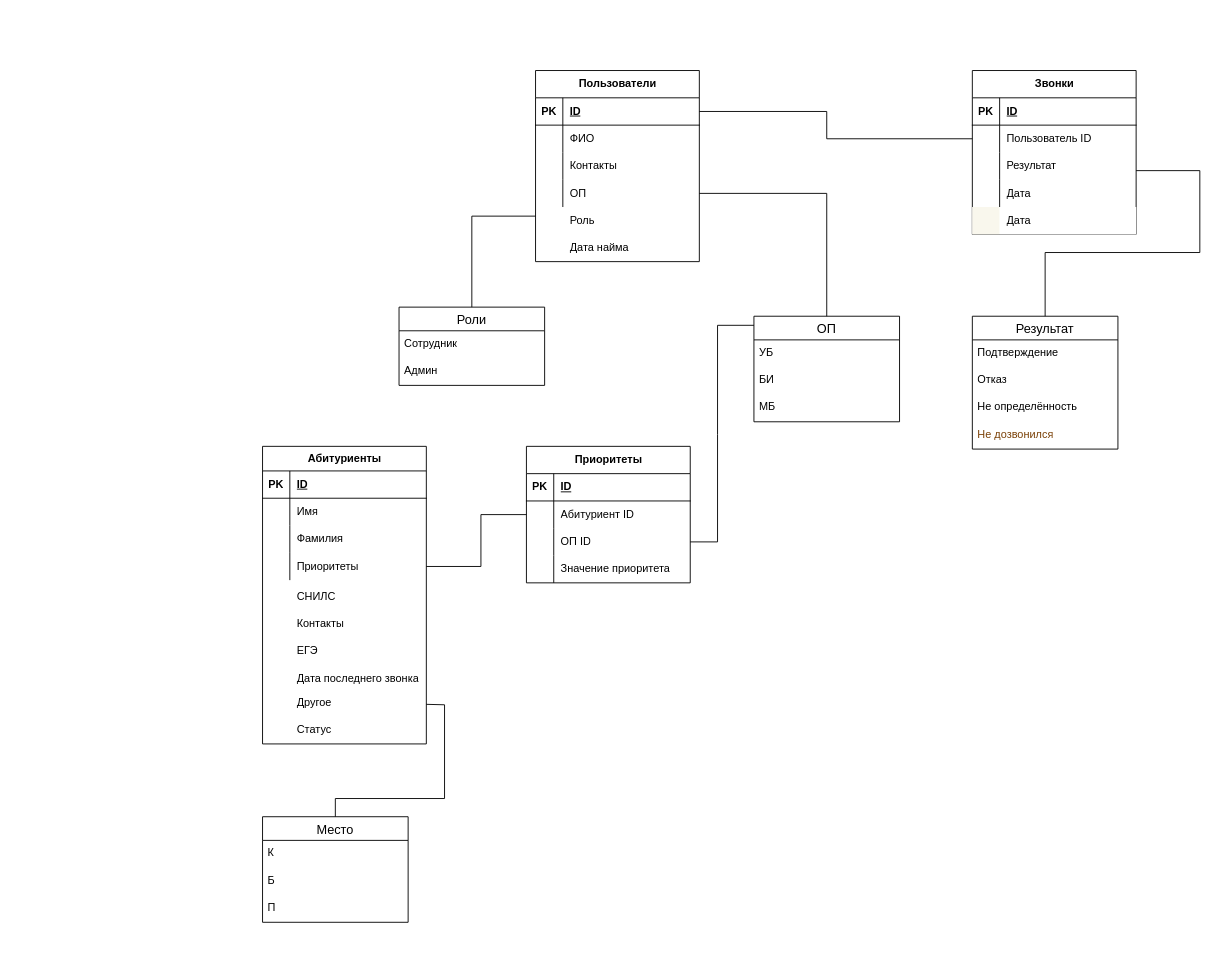
This is БД ИАД.drawio from DmitriyShalashov/Diagrams, a draw.io file, before an edit. Source tidied: cells renumbered, new cells numbered last; positions are measured from the earlier drawing's top-left corner, leaving out a move shared by most shapes. Both pictures are drawn from the tidied source at 91%, with x=0, y=0 at pixel (262, 70).
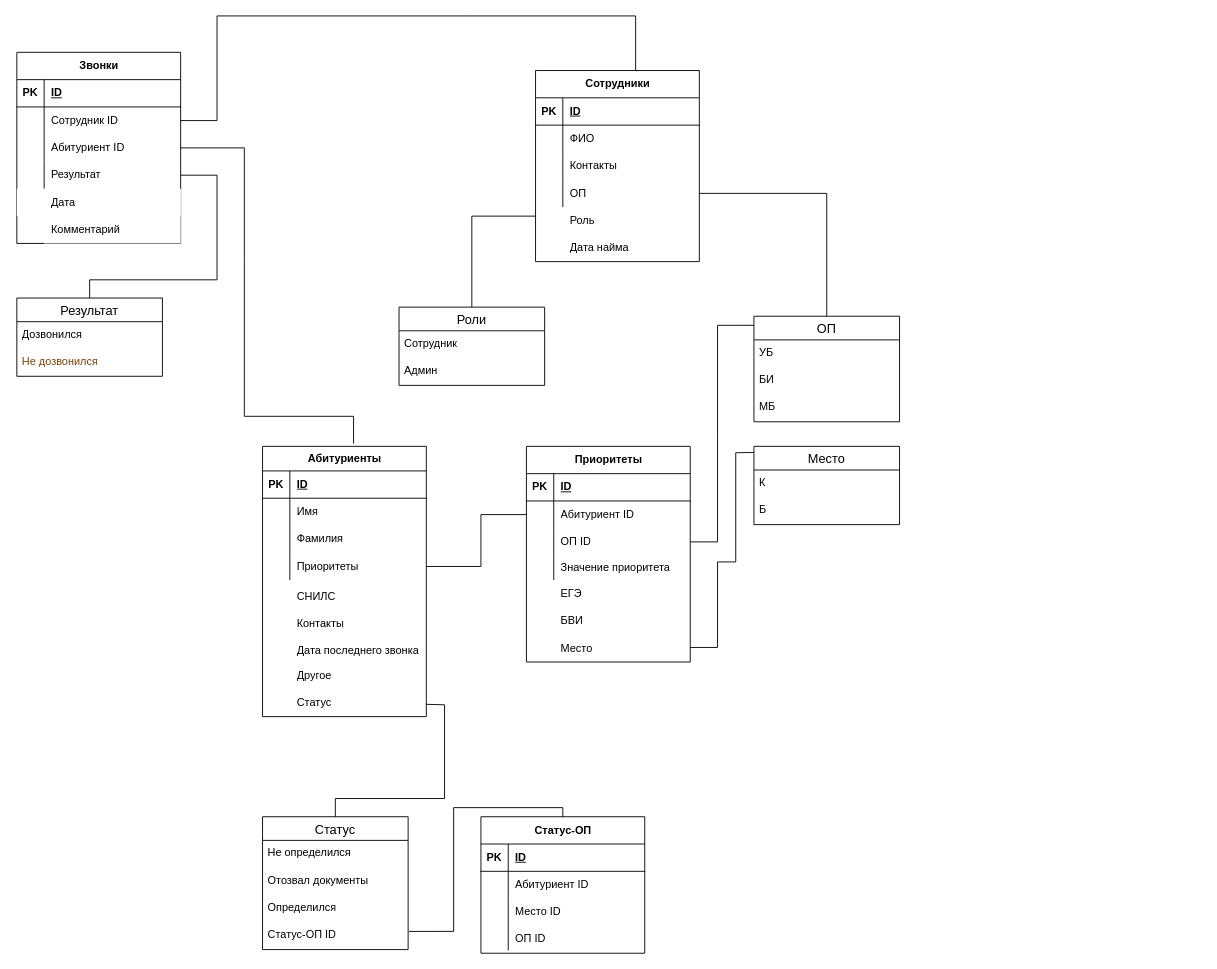
Above is the later version.

Unchanged cells that the change refers to:
```xml
<mxCell id="58" style="shape=tableRow;horizontal=0;startSize=0;swimlaneHead=0;swimlaneBody=0;fillColor=none;points=[[0,0.5],[1,0.5]];portConstraint=eastwest;top=0;left=0;right=0;bottom=0;" parent="54" vertex="1">
  <mxGeometry y="60" width="180" height="30" as="geometry" />
</mxCell>
<mxCell id="61" style="shape=tableRow;horizontal=0;startSize=0;swimlaneHead=0;swimlaneBody=0;fillColor=none;points=[[0,0.5],[1,0.5]];portConstraint=eastwest;top=0;left=0;right=0;bottom=0;" parent="54" vertex="1">
  <mxGeometry y="90" width="180" height="30" as="geometry" />
</mxCell>
<mxCell id="64" style="shape=tableRow;horizontal=0;startSize=0;swimlaneHead=0;swimlaneBody=0;fillColor=none;points=[[0,0.5],[1,0.5]];portConstraint=eastwest;top=0;left=0;right=0;bottom=0;" parent="54" vertex="1">
  <mxGeometry y="120" width="180" height="30" as="geometry" />
</mxCell>
```

Diff of the diagram source:
```diff
@@
     <mxCell id="2" value="Абитуриенты" style="shape=table;startSize=27;childLayout=tableLayout;rowLines=0;fontStyle=1;align=center;html=1;" parent="1" vertex="1">
-      <mxGeometry y="413" width="180" height="327" as="geometry" />
+      <mxGeometry y="413" width="180" height="297" as="geometry" />
     </mxCell>
@@
     <mxCell id="19" value="Приоритеты" style="shape=table;startSize=30;childLayout=tableLayout;rowLines=0;fontStyle=1;align=center;html=1;" parent="1" vertex="1">
-      <mxGeometry x="290" y="413" width="180" height="150" as="geometry" />
+      <mxGeometry x="290" y="413" width="180" height="237" as="geometry" />
     </mxCell>
@@
     <mxCell id="29" style="shape=tableRow;horizontal=0;startSize=0;swimlaneHead=0;swimlaneBody=0;fillColor=none;top=0;left=0;right=0;bottom=0;" parent="19" vertex="1">
-      <mxGeometry y="120" width="180" height="30" as="geometry" />
+      <mxGeometry y="120" width="180" height="27" as="geometry" />
     </mxCell>
     <mxCell id="30" style="shape=partialRectangle;fillColor=none;top=0;left=0;bottom=0;right=0;overflow=hidden;whiteSpace=wrap;html=1;" parent="29" vertex="1">
-      <mxGeometry width="30" height="30" as="geometry" />
+      <mxGeometry width="30" height="27" as="geometry" />
     </mxCell>
     <mxCell id="31" value="Значение приоритета" style="shape=partialRectangle;fillColor=none;top=0;left=0;bottom=0;right=0;align=left;spacingLeft=6;overflow=hidden;whiteSpace=wrap;html=1;" parent="29" vertex="1">
-      <mxGeometry x="30" width="150" height="30" as="geometry" />
+      <mxGeometry x="30" width="150" height="27" as="geometry" />
     </mxCell>
@@
     <mxCell id="36" value="ЕГЭ" style="shape=partialRectangle;fillColor=none;top=0;left=0;bottom=0;right=0;align=left;spacingLeft=6;overflow=hidden;whiteSpace=wrap;html=1;strokeColor=default;" parent="1" vertex="1">
-      <mxGeometry x="30" y="623" width="150" height="30" as="geometry" />
+      <mxGeometry x="320" y="560" width="150" height="30" as="geometry" />
     </mxCell>
     <mxCell id="37" value="Дата последнего звонка" style="shape=partialRectangle;fillColor=none;top=0;left=0;bottom=0;right=0;align=left;spacingLeft=6;overflow=hidden;whiteSpace=wrap;html=1;strokeColor=default;" parent="1" vertex="1">
-      <mxGeometry x="30" y="653" width="150" height="30" as="geometry" />
+      <mxGeometry x="30" y="623" width="150" height="30" as="geometry" />
     </mxCell>
@@
-    <mxCell id="41" value="Пользователи" style="shape=table;startSize=30;childLayout=tableLayout;rowLines=0;fontStyle=1;align=center;html=1;" parent="1" vertex="1">
+    <mxCell id="41" value="Сотрудники" style="shape=table;startSize=30;childLayout=tableLayout;rowLines=0;fontStyle=1;align=center;html=1;" parent="1" vertex="1">
       <mxGeometry x="300" width="180" height="210" as="geometry" />
     </mxCell>
@@
     <mxCell id="54" value="Звонки" style="shape=table;startSize=30;childLayout=tableLayout;rowLines=0;fontStyle=1;align=center;html=1;" parent="1" vertex="1">
-      <mxGeometry x="780" width="180" height="180" as="geometry" />
+      <mxGeometry x="-270" y="-20" width="180" height="210" as="geometry" />
     </mxCell>
@@
-    <mxCell id="60" value="Пользователь ID" style="shape=partialRectangle;fillColor=none;top=0;left=0;bottom=0;right=0;align=left;spacingLeft=6;overflow=hidden;whiteSpace=wrap;html=1;" parent="58" vertex="1">
+    <mxCell id="60" value="Сотрудник ID" style="shape=partialRectangle;fillColor=none;top=0;left=0;bottom=0;right=0;align=left;spacingLeft=6;overflow=hidden;whiteSpace=wrap;html=1;" parent="58" vertex="1">
       <mxGeometry x="30" width="150" height="30" as="geometry" />
     </mxCell>
@@
-    <mxCell id="63" value="Результат" style="shape=partialRectangle;fillColor=none;top=0;left=0;bottom=0;right=0;align=left;spacingLeft=6;overflow=hidden;whiteSpace=wrap;html=1;" parent="61" vertex="1">
+    <mxCell id="63" value="Абитуриент ID" style="shape=partialRectangle;fillColor=none;top=0;left=0;bottom=0;right=0;align=left;spacingLeft=6;overflow=hidden;whiteSpace=wrap;html=1;" parent="61" vertex="1">
       <mxGeometry x="30" width="150" height="30" as="geometry" />
     </mxCell>
@@
-    <mxCell id="66" value="Дата" style="shape=partialRectangle;fillColor=none;top=0;left=0;bottom=0;right=0;align=left;spacingLeft=6;overflow=hidden;whiteSpace=wrap;html=1;" parent="64" vertex="1">
+    <mxCell id="66" value="Результат" style="shape=partialRectangle;fillColor=none;top=0;left=0;bottom=0;right=0;align=left;spacingLeft=6;overflow=hidden;whiteSpace=wrap;html=1;" parent="64" vertex="1">
       <mxGeometry x="30" width="150" height="30" as="geometry" />
     </mxCell>
@@
     <mxCell id="71" value="Результат" style="swimlane;fontStyle=0;horizontal=1;startSize=26;align=center;fontSize=14;" parent="1" vertex="1">
-      <mxGeometry x="780" y="270" width="160" height="146" as="geometry" />
+      <mxGeometry x="-270" y="250" width="160" height="86" as="geometry" />
     </mxCell>
-    <mxCell id="72" value="Подтверждение&amp;nbsp;" style="text;strokeColor=none;fillColor=none;spacingLeft=4;spacingRight=4;overflow=hidden;fontSize=12;whiteSpace=wrap;html=1;" parent="71" vertex="1">
+    <mxCell id="72" value="Дозвонился" style="text;strokeColor=none;fillColor=none;spacingLeft=4;spacingRight=4;overflow=hidden;fontSize=12;whiteSpace=wrap;html=1;" parent="71" vertex="1">
       <mxGeometry y="26" width="160" height="30" as="geometry" />
     </mxCell>
-    <mxCell id="73" value="Отказ" style="text;strokeColor=none;fillColor=none;spacingLeft=4;spacingRight=4;overflow=hidden;fontSize=12;whiteSpace=wrap;html=1;" parent="71" vertex="1">
-      <mxGeometry y="56" width="160" height="30" as="geometry" />
-    </mxCell>
-    <mxCell id="74" value="Не определённость" style="text;strokeColor=none;fillColor=none;spacingLeft=4;spacingRight=4;overflow=hidden;fontSize=12;whiteSpace=wrap;html=1;" parent="71" vertex="1">
-      <mxGeometry y="86" width="160" height="30" as="geometry" />
-    </mxCell>
     <mxCell id="75" value="&lt;font color=&quot;#7a4006&quot;&gt;Не дозвонился&lt;/font&gt;" style="text;strokeColor=none;fillColor=none;spacingLeft=4;spacingRight=4;overflow=hidden;fontSize=12;whiteSpace=wrap;html=1;" parent="71" vertex="1">
-      <mxGeometry y="116" width="160" height="30" as="geometry" />
+      <mxGeometry y="56" width="160" height="30" as="geometry" />
     </mxCell>
-    <mxCell id="76" style="endArrow=none;html=1;rounded=0;entryX=0.5;entryY=0;entryDx=0;entryDy=0;exitX=1;exitY=0.5;exitDx=0;exitDy=0;" parent="1" edge="1" target="71">
+    <mxCell id="76" style="endArrow=none;html=1;rounded=0;entryX=0.5;entryY=0;entryDx=0;entryDy=0;exitX=1;exitY=0.5;exitDx=0;exitDy=0;" parent="1" edge="1" source="64" target="71">
       <mxGeometry relative="1" as="geometry">
-        <mxPoint x="960" y="110" as="sourcePoint" />
         <Array as="points">
-          <mxPoint x="1030" y="110" />
-          <mxPoint x="1030" y="200" />
-          <mxPoint x="860" y="200" />
+          <mxPoint x="-50" y="115" />
+          <mxPoint x="-50" y="230" />
+          <mxPoint x="-190" y="230" />
         </Array>
       </mxGeometry>
     </mxCell>
-    <mxCell id="77" style="endArrow=none;html=1;rounded=0;entryX=0;entryY=0.5;entryDx=0;entryDy=0;exitX=1;exitY=0.5;exitDx=0;exitDy=0;" parent="1" edge="1" target="58">
+    <mxCell id="77" style="endArrow=none;html=1;rounded=0;exitX=0.622;exitY=0.001;exitDx=0;exitDy=0;entryX=1;entryY=0.5;entryDx=0;entryDy=0;exitPerimeter=0;" parent="1" edge="1" source="41" target="58">
       <mxGeometry relative="1" as="geometry">
-        <mxPoint x="480" y="45" as="sourcePoint" />
         <Array as="points">
-          <mxPoint x="620" y="45" />
-          <mxPoint x="620" y="75" />
+          <mxPoint x="410" />
+          <mxPoint x="410" y="-60" />
+          <mxPoint x="230" y="-60" />
+          <mxPoint x="-50" y="-60" />
+          <mxPoint x="-50" y="55" />
         </Array>
       </mxGeometry>
     </mxCell>
-    <mxCell id="78" value="Место" style="swimlane;fontStyle=0;horizontal=1;startSize=26;align=center;fontSize=14;" parent="1" vertex="1">
-      <mxGeometry y="820" width="160" height="116" as="geometry" />
+    <mxCell id="78" value="Статус" style="swimlane;fontStyle=0;horizontal=1;startSize=26;align=center;fontSize=14;" parent="1" vertex="1">
+      <mxGeometry y="820" width="160" height="146" as="geometry" />
     </mxCell>
-    <mxCell id="79" value="К" style="text;strokeColor=none;fillColor=none;spacingLeft=4;spacingRight=4;overflow=hidden;fontSize=12;whiteSpace=wrap;html=1;" parent="78" vertex="1">
+    <mxCell id="79" value="Не определился&amp;nbsp;" style="text;strokeColor=none;fillColor=none;spacingLeft=4;spacingRight=4;overflow=hidden;fontSize=12;whiteSpace=wrap;html=1;" parent="78" vertex="1">
       <mxGeometry y="26" width="160" height="30" as="geometry" />
     </mxCell>
-    <mxCell id="80" value="Б" style="text;strokeColor=none;fillColor=none;spacingLeft=4;spacingRight=4;overflow=hidden;fontSize=12;whiteSpace=wrap;html=1;" parent="78" vertex="1">
+    <mxCell id="80" value="Отозвал документы" style="text;strokeColor=none;fillColor=none;spacingLeft=4;spacingRight=4;overflow=hidden;fontSize=12;whiteSpace=wrap;html=1;" parent="78" vertex="1">
       <mxGeometry y="56" width="160" height="30" as="geometry" />
     </mxCell>
-    <mxCell id="81" value="П" style="text;strokeColor=none;fillColor=none;spacingLeft=4;spacingRight=4;overflow=hidden;fontSize=12;whiteSpace=wrap;html=1;" parent="78" vertex="1">
-      <mxGeometry y="86" width="160" height="30" as="geometry" />
-    </mxCell>
+    <mxCell id="89" value="Определился" style="text;strokeColor=none;fillColor=none;spacingLeft=4;spacingRight=4;overflow=hidden;fontSize=12;whiteSpace=wrap;html=1;" parent="78" vertex="1">
+      <mxGeometry y="86" width="160" height="30" as="geometry" />
+    </mxCell>
+    <mxCell id="90" value="Статус-ОП ID" style="text;strokeColor=none;fillColor=none;spacingLeft=4;spacingRight=4;overflow=hidden;points=[[0,0.5],[1,0.5]];portConstraint=eastwest;fontSize=12;whiteSpace=wrap;html=1;" parent="78" vertex="1">
+      <mxGeometry y="116" width="160" height="30" as="geometry" />
+    </mxCell>
     <mxCell id="82" value="Другое" style="shape=partialRectangle;fillColor=none;top=0;left=0;bottom=0;right=0;align=left;spacingLeft=6;overflow=hidden;whiteSpace=wrap;html=1;strokeColor=default;" parent="1" vertex="1">
-      <mxGeometry x="30" y="680" width="150" height="30" as="geometry" />
+      <mxGeometry x="30" y="650" width="150" height="30" as="geometry" />
     </mxCell>
     <mxCell id="83" style="shape=tableRow;horizontal=0;startSize=0;swimlaneHead=0;swimlaneBody=0;top=0;left=0;right=0;bottom=0;strokeWidth=2;swimlaneFillColor=none;" parent="1" vertex="1">
-      <mxGeometry x="780" y="150" width="180" height="30" as="geometry" />
+      <mxGeometry x="-270" y="130" width="180" height="30" as="geometry" />
     </mxCell>
-    <mxCell id="84" style="shape=partialRectangle;top=0;left=0;bottom=0;right=0;overflow=hidden;whiteSpace=wrap;html=1;fillColor=#f9f7ed;perimeterSpacing=9;strokeWidth=5;strokeColor=#36393d;" parent="83" vertex="1">
-      <mxGeometry width="30" height="30" as="geometry" />
-    </mxCell>
     <mxCell id="85" value="Дата" style="shape=partialRectangle;top=0;left=0;bottom=0;right=0;align=left;spacingLeft=6;overflow=hidden;whiteSpace=wrap;html=1;strokeWidth=2;" parent="1" vertex="1">
-      <mxGeometry x="810" y="150" width="150" height="30" as="geometry" />
+      <mxGeometry x="-240" y="130" width="150" height="30" as="geometry" />
     </mxCell>
@@
     <mxCell id="87" value="Статус" style="shape=partialRectangle;fillColor=none;top=0;left=0;bottom=0;right=0;align=left;spacingLeft=6;overflow=hidden;whiteSpace=wrap;html=1;strokeColor=default;" parent="1" vertex="1">
-      <mxGeometry x="30" y="710" width="150" height="30" as="geometry" />
+      <mxGeometry x="30" y="680" width="150" height="30" as="geometry" />
     </mxCell>
@@
+    <mxCell id="91" value="БВИ" style="shape=partialRectangle;fillColor=none;top=0;left=0;bottom=0;right=0;align=left;spacingLeft=6;overflow=hidden;whiteSpace=wrap;html=1;strokeColor=default;" parent="1" vertex="1">
+      <mxGeometry x="320" y="590" width="150" height="30" as="geometry" />
+    </mxCell>
+    <mxCell id="92" style="endArrow=none;html=1;rounded=0;exitX=1;exitY=0.5;exitDx=0;exitDy=0;" parent="1" edge="1" source="61">
+      <mxGeometry relative="1" as="geometry">
+        <mxPoint x="100" y="410" as="targetPoint" />
+        <Array as="points">
+          <mxPoint x="-20" y="85" />
+          <mxPoint x="-20" y="207.5" />
+          <mxPoint x="-20" y="380" />
+          <mxPoint x="100" y="380" />
+        </Array>
+      </mxGeometry>
+    </mxCell>
+    <mxCell id="93" value="Место" style="shape=partialRectangle;fillColor=none;top=0;left=0;bottom=0;right=0;align=left;spacingLeft=6;overflow=hidden;whiteSpace=wrap;html=1;strokeColor=default;" parent="1" vertex="1">
+      <mxGeometry x="320" y="620" width="150" height="30" as="geometry" />
+    </mxCell>
+    <mxCell id="94" value="Место" style="swimlane;fontStyle=0;horizontal=1;startSize=26;align=center;fontSize=14;" parent="1" vertex="1">
+      <mxGeometry x="540" y="413" width="160" height="86" as="geometry" />
+    </mxCell>
+    <mxCell id="95" value="К" style="text;strokeColor=none;fillColor=none;spacingLeft=4;spacingRight=4;overflow=hidden;fontSize=12;whiteSpace=wrap;html=1;" parent="94" vertex="1">
+      <mxGeometry y="26" width="160" height="30" as="geometry" />
+    </mxCell>
+    <mxCell id="96" value="Б" style="text;strokeColor=none;fillColor=none;spacingLeft=4;spacingRight=4;overflow=hidden;fontSize=12;whiteSpace=wrap;html=1;" parent="94" vertex="1">
+      <mxGeometry y="56" width="160" height="30" as="geometry" />
+    </mxCell>
+    <mxCell id="97" style="endArrow=none;html=1;rounded=0;exitX=1;exitY=0.5;exitDx=0;exitDy=0;entryX=0;entryY=0.078;entryDx=0;entryDy=0;entryPerimeter=0;" parent="1" edge="1" target="94">
+      <mxGeometry relative="1" as="geometry">
+        <mxPoint x="470" y="634" as="sourcePoint" />
+        <Array as="points">
+          <mxPoint x="500" y="634" />
+          <mxPoint x="500" y="540" />
+          <mxPoint x="520" y="540" />
+          <mxPoint x="520" y="420" />
+        </Array>
+      </mxGeometry>
+    </mxCell>
+    <mxCell id="98" value="Статус-ОП" style="shape=table;startSize=30;childLayout=tableLayout;rowLines=0;fontStyle=1;align=center;html=1;" parent="1" vertex="1">
+      <mxGeometry x="240" y="820" width="180" height="150" as="geometry" />
+    </mxCell>
+    <mxCell id="99" style="shape=tableRow;horizontal=0;startSize=0;swimlaneHead=0;swimlaneBody=0;fillColor=none;top=0;left=0;right=0;bottom=1;" parent="98" vertex="1">
+      <mxGeometry y="30" width="180" height="30" as="geometry" />
+    </mxCell>
+    <mxCell id="100" value="PK" style="shape=partialRectangle;fillColor=none;top=0;left=0;bottom=0;right=0;fontStyle=1;overflow=hidden;whiteSpace=wrap;html=1;" parent="99" vertex="1">
+      <mxGeometry width="30" height="30" as="geometry" />
+    </mxCell>
+    <mxCell id="101" value="ID" style="shape=partialRectangle;fillColor=none;top=0;left=0;bottom=0;right=0;align=left;spacingLeft=6;fontStyle=5;overflow=hidden;whiteSpace=wrap;html=1;" parent="99" vertex="1">
+      <mxGeometry x="30" width="150" height="30" as="geometry" />
+    </mxCell>
+    <mxCell id="102" style="shape=tableRow;horizontal=0;startSize=0;swimlaneHead=0;swimlaneBody=0;fillColor=none;top=0;left=0;right=0;bottom=0;" parent="98" vertex="1">
+      <mxGeometry y="60" width="180" height="30" as="geometry" />
+    </mxCell>
+    <mxCell id="103" style="shape=partialRectangle;fillColor=none;top=0;left=0;bottom=0;right=0;overflow=hidden;whiteSpace=wrap;html=1;" parent="102" vertex="1">
+      <mxGeometry width="30" height="30" as="geometry" />
+    </mxCell>
+    <mxCell id="104" value="Абитуриент ID" style="shape=partialRectangle;fillColor=none;top=0;left=0;bottom=0;right=0;align=left;spacingLeft=6;overflow=hidden;whiteSpace=wrap;html=1;" parent="102" vertex="1">
+      <mxGeometry x="30" width="150" height="30" as="geometry" />
+    </mxCell>
+    <mxCell id="105" style="shape=tableRow;horizontal=0;startSize=0;swimlaneHead=0;swimlaneBody=0;fillColor=none;top=0;left=0;right=0;bottom=0;" parent="98" vertex="1">
+      <mxGeometry y="90" width="180" height="30" as="geometry" />
+    </mxCell>
+    <mxCell id="106" style="shape=partialRectangle;fillColor=none;top=0;left=0;bottom=0;right=0;overflow=hidden;whiteSpace=wrap;html=1;" parent="105" vertex="1">
+      <mxGeometry width="30" height="30" as="geometry" />
+    </mxCell>
+    <mxCell id="107" value="Место ID" style="shape=partialRectangle;fillColor=none;top=0;left=0;bottom=0;right=0;align=left;spacingLeft=6;overflow=hidden;whiteSpace=wrap;html=1;" parent="105" vertex="1">
+      <mxGeometry x="30" width="150" height="30" as="geometry" />
+    </mxCell>
+    <mxCell id="108" style="shape=tableRow;horizontal=0;startSize=0;swimlaneHead=0;swimlaneBody=0;fillColor=none;top=0;left=0;right=0;bottom=0;" parent="98" vertex="1">
+      <mxGeometry y="120" width="180" height="27" as="geometry" />
+    </mxCell>
+    <mxCell id="109" style="shape=partialRectangle;fillColor=none;top=0;left=0;bottom=0;right=0;overflow=hidden;whiteSpace=wrap;html=1;" parent="108" vertex="1">
+      <mxGeometry width="30" height="27" as="geometry" />
+    </mxCell>
+    <mxCell id="110" value="ОП ID" style="shape=partialRectangle;fillColor=none;top=0;left=0;bottom=0;right=0;align=left;spacingLeft=6;overflow=hidden;whiteSpace=wrap;html=1;" parent="108" vertex="1">
+      <mxGeometry x="30" width="150" height="27" as="geometry" />
+    </mxCell>
+    <mxCell id="111" value="Комментарий" style="shape=partialRectangle;top=0;left=0;bottom=0;right=0;align=left;spacingLeft=6;overflow=hidden;whiteSpace=wrap;html=1;strokeWidth=2;" parent="1" vertex="1">
+      <mxGeometry x="-240" y="160" width="150" height="30" as="geometry" />
+    </mxCell>
+    <mxCell id="112" style="endArrow=none;html=1;rounded=0;entryX=0.5;entryY=0;entryDx=0;entryDy=0;exitX=1.006;exitY=0.335;exitDx=0;exitDy=0;exitPerimeter=0;" parent="1" edge="1" source="90" target="98">
+      <mxGeometry relative="1" as="geometry">
+        <Array as="points">
+          <mxPoint x="210" y="946" />
+          <mxPoint x="210" y="810" />
+          <mxPoint x="330" y="810" />
+        </Array>
+      </mxGeometry>
+    </mxCell>
```
